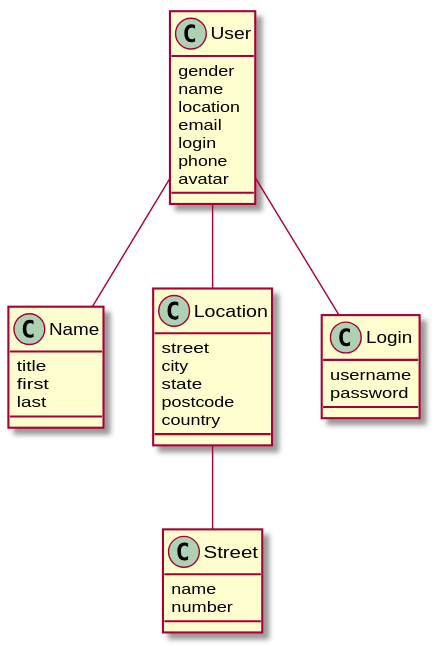
This is assets/images/fullstack-webapp-guide/data_structure_diagram.svg from ndlarsen/ndlarsen.github.io, a PlantUML export, as it was before one commit.
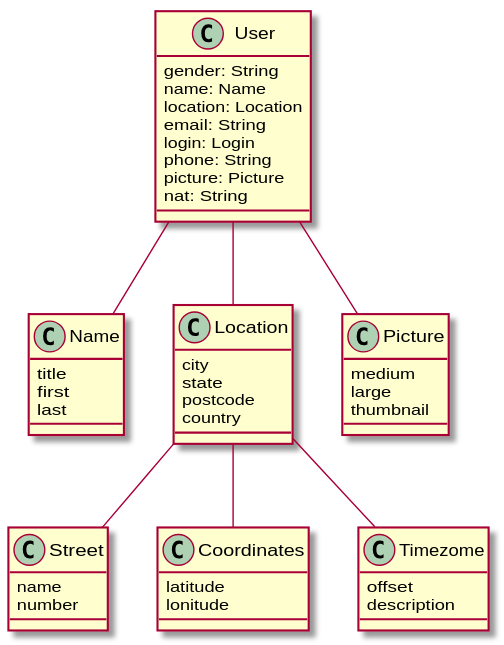
After the commit.

Change to the diagram source:
```diff
@@ -1,13 +1,14 @@
 @startuml
 
 class User {
-    gender
-    name
-    location
-    email
-    login
-    phone
-    avatar
+    gender: String
+    name: Name
+    location: Location
+    email: String
+    login: Login
+    phone: String
+    picture: Picture
+    nat: String
 }
 
 class Name {
@@ -19,7 +20,6 @@
 User -- Name
 
 class Location {
-    street
     city
     state
     postcode
@@ -28,6 +28,14 @@
 
 User -- Location
 
+class Picture {
+    medium
+    large
+    thumbnail
+}
+
+User --  Picture
+
 class Street {
     name
     number
@@ -35,11 +43,18 @@
 
 Location -- Street
 
-class Login {
-    username
-    password
+class Coordinates {
+    latitude
+    lonitude
 }
 
-User -- Login
+Location -- Coordinates
+
+class Timezome {
+    offset
+    description
+}
+
+Location -- Timezome
 
 @enduml
```
